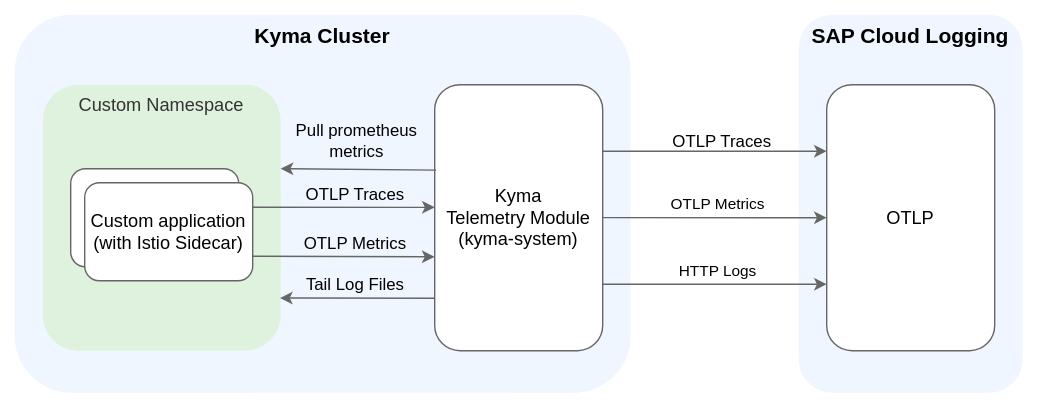
The draw.io diagram docs/user/integration/assets/sap-cloud-logging.drawio.svg in kyma-project/telemetry-manager, before a commit. Source tidied: cells renumbered, new cells last; positions are measured from the earlier drawing's top-left corner, leaving out a move shared by most shapes.
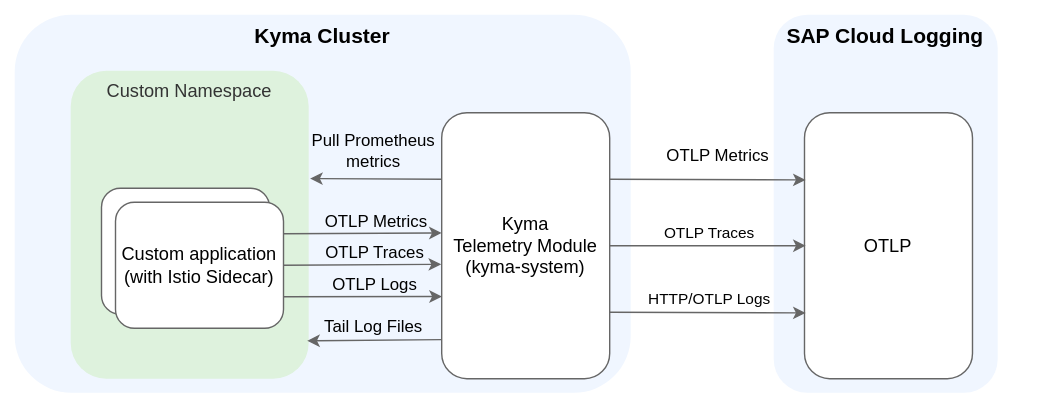
After the change.

Change to the diagram source:
```diff
@@ -8,87 +8,106 @@
     <mxCell id="3" value="&lt;b&gt;&lt;font style=&quot;font-size: 15px;&quot;&gt;Kyma Cluster&lt;br&gt;&lt;/font&gt;&lt;/b&gt;" style="rounded=1;whiteSpace=wrap;html=1;fillColor=#F0F6FF;strokeColor=none;verticalAlign=top;" parent="1" vertex="1">
       <mxGeometry x="10" y="10" width="440" height="270" as="geometry" />
     </mxCell>
+    <mxCell id="12" style="edgeStyle=orthogonalEdgeStyle;rounded=0;orthogonalLoop=1;jettySize=auto;html=1;exitX=0.5;exitY=1;exitDx=0;exitDy=0;" parent="1" edge="1">
+      <mxGeometry relative="1" as="geometry">
+        <mxPoint x="372" y="250" as="sourcePoint" />
+        <mxPoint x="372" y="250" as="targetPoint" />
+      </mxGeometry>
+    </mxCell>
+    <mxCell id="18" value="&lt;font style=&quot;font-size: 15px;&quot;&gt;&lt;b&gt;SAP Cloud Logging&lt;br&gt;&lt;/b&gt;&lt;/font&gt;" style="rounded=1;whiteSpace=wrap;html=1;fillColor=#F0F6FF;strokeColor=none;verticalAlign=top;" parent="1" vertex="1">
+      <mxGeometry x="552.1" y="10" width="160" height="270" as="geometry" />
+    </mxCell>
+    <mxCell id="19" value="&lt;span style=&quot;font-size: 13px;&quot;&gt;OTLP&lt;/span&gt;" style="rounded=1;whiteSpace=wrap;html=1;fillColor=#FFFFFF;strokeColor=#666666;" parent="1" vertex="1">
+      <mxGeometry x="574.1" y="80" width="120" height="190" as="geometry" />
+    </mxCell>
     <mxCell id="4" value="&lt;font style=&quot;font-size: 13px;&quot;&gt;Custom Namespace&lt;br&gt;&lt;/font&gt;" style="rounded=1;whiteSpace=wrap;html=1;fillColor=#DEF2DD;fontColor=#333333;strokeColor=none;verticalAlign=top;" parent="1" vertex="1">
-      <mxGeometry x="30" y="60" width="170" height="190" as="geometry" />
+      <mxGeometry x="50" y="50" width="170" height="220" as="geometry" />
     </mxCell>
     <mxCell id="5" value="&lt;font style=&quot;font-size: 13px;&quot;&gt;Kyma &lt;br&gt;Telemetry Module&lt;br style=&quot;border-color: var(--border-color);&quot;&gt;(kyma-system)&lt;/font&gt;" style="rounded=1;whiteSpace=wrap;html=1;fillColor=#FFFFFF;strokeColor=#666666;" parent="1" vertex="1">
-      <mxGeometry x="310" y="60" width="120" height="190" as="geometry" />
+      <mxGeometry x="315" y="80" width="120" height="190" as="geometry" />
     </mxCell>
-    <mxCell id="6" style="edgeStyle=none;rounded=1;jettySize=auto;html=1;exitX=1;exitY=0.25;exitDx=0;exitDy=0;strokeColor=#666666;entryX=0;entryY=0.461;entryDx=0;entryDy=0;entryPerimeter=0;" parent="1" edge="1" source="15" target="5">
-      <mxGeometry relative="1" as="geometry" />
-    </mxCell>
-    <mxCell id="7" value="OTLP Traces" style="edgeLabel;html=1;align=center;verticalAlign=middle;labelBackgroundColor=none;fontStyle=0;fontSize=12;" parent="6" vertex="1">
-      <mxGeometry x="-0.29" y="2" relative="1" as="geometry">
-        <mxPoint x="26" y="-7" as="offset" />
-      </mxGeometry>
-    </mxCell>
-    <mxCell id="8" style="edgeStyle=none;rounded=1;jettySize=auto;html=1;exitX=1;exitY=0.75;exitDx=0;exitDy=0;strokeColor=#666666;entryX=-0.001;entryY=0.647;entryDx=0;entryDy=0;entryPerimeter=0;" parent="1" edge="1" source="15" target="5">
-      <mxGeometry relative="1" as="geometry" />
-    </mxCell>
-    <mxCell id="9" value="OTLP Metrics" style="edgeLabel;html=1;align=center;verticalAlign=middle;fontSize=12;fontStyle=0;labelBackgroundColor=none;" parent="8" vertex="1">
-      <mxGeometry x="-0.1" y="2" relative="1" as="geometry">
-        <mxPoint x="14" y="-7" as="offset" />
-      </mxGeometry>
-    </mxCell>
-    <mxCell id="10" style="rounded=1;whiteSpace=wrap;html=1;fontSize=13;fontStyle=0;strokeColor=#666666;" parent="1" vertex="1">
-      <mxGeometry x="50" y="120" width="120" height="70" as="geometry" />
-    </mxCell>
-    <mxCell id="11" value="&lt;font style=&quot;font-size: 12px;&quot;&gt;OTLP Traces&lt;/font&gt;" style="edgeLabel;html=1;align=center;verticalAlign=middle;fontStyle=0;labelBackgroundColor=none;fontSize=12;" parent="1" vertex="1">
-      <mxGeometry x="527.9" y="87" as="geometry">
-        <mxPoint x="-13" y="13" as="offset" />
-      </mxGeometry>
-    </mxCell>
-    <mxCell id="12" style="edgeStyle=orthogonalEdgeStyle;rounded=0;orthogonalLoop=1;jettySize=auto;html=1;exitX=0.5;exitY=1;exitDx=0;exitDy=0;" parent="1" edge="1" source="5" target="5">
-      <mxGeometry relative="1" as="geometry" />
-    </mxCell>
-    <mxCell id="13" style="edgeStyle=none;rounded=1;jettySize=auto;html=1;exitX=-0.001;exitY=0.803;exitDx=0;exitDy=0;strokeColor=#666666;entryX=0.997;entryY=0.802;entryDx=0;entryDy=0;exitPerimeter=0;entryPerimeter=0;" parent="1" edge="1" source="5" target="4">
-      <mxGeometry relative="1" as="geometry" />
-    </mxCell>
+    <mxCell id="25" style="edgeStyle=none;rounded=1;jettySize=auto;html=1;exitX=1;exitY=0.25;exitDx=0;exitDy=0;strokeColor=#666666;entryX=0;entryY=0.452;entryDx=0;entryDy=0;entryPerimeter=0;" parent="1" edge="1" source="15" target="5">
+      <mxGeometry relative="1" as="geometry" />
+    </mxCell>
+    <mxCell id="26" value="OTLP Metrics" style="edgeLabel;html=1;align=center;verticalAlign=middle;labelBackgroundColor=none;fontStyle=0;fontSize=12;" parent="25" vertex="1">
+      <mxGeometry x="-0.29" y="2" relative="1" as="geometry">
+        <mxPoint x="26" y="-7" as="offset" />
+      </mxGeometry>
+    </mxCell>
+    <mxCell id="27" style="edgeStyle=none;rounded=1;jettySize=auto;html=1;exitX=1;exitY=0.5;exitDx=0;exitDy=0;strokeColor=#666666;entryX=-0.003;entryY=0.57;entryDx=0;entryDy=0;entryPerimeter=0;" parent="1" edge="1" source="15" target="5">
+      <mxGeometry relative="1" as="geometry" />
+    </mxCell>
+    <mxCell id="28" value="OTLP Traces" style="edgeLabel;html=1;align=center;verticalAlign=middle;fontSize=12;fontStyle=0;labelBackgroundColor=none;" parent="27" vertex="1">
+      <mxGeometry x="-0.1" y="2" relative="1" as="geometry">
+        <mxPoint x="14" y="-7" as="offset" />
+      </mxGeometry>
+    </mxCell>
+    <mxCell id="29" style="rounded=1;whiteSpace=wrap;html=1;fontSize=13;fontStyle=0;strokeColor=#666666;" parent="1" vertex="1">
+      <mxGeometry x="72" y="134" width="120" height="90" as="geometry" />
+    </mxCell>
+    <mxCell id="30" value="&lt;font style=&quot;font-size: 12px;&quot;&gt;OTLP Metrics&lt;/font&gt;" style="edgeLabel;html=1;align=center;verticalAlign=middle;fontStyle=0;labelBackgroundColor=none;fontSize=12;" parent="1" vertex="1">
+      <mxGeometry x="522" y="107" as="geometry">
+        <mxPoint x="-11" y="3" as="offset" />
+      </mxGeometry>
+    </mxCell>
+    <mxCell id="31" style="edgeStyle=orthogonalEdgeStyle;rounded=0;orthogonalLoop=1;jettySize=auto;html=1;exitX=0.5;exitY=1;exitDx=0;exitDy=0;" parent="1" edge="1" source="5" target="5">
+      <mxGeometry relative="1" as="geometry" />
+    </mxCell>
+    <mxCell id="32" style="edgeStyle=none;rounded=1;jettySize=auto;html=1;exitX=0;exitY=0.853;exitDx=0;exitDy=0;strokeColor=#666666;entryX=0.982;entryY=0.804;entryDx=0;entryDy=0;exitPerimeter=0;entryPerimeter=0;" parent="1" edge="1" source="5">
+      <mxGeometry relative="1" as="geometry">
+        <mxPoint x="218.9" y="243" as="targetPoint" />
+      </mxGeometry>
+    </mxCell>
-    <mxCell id="14" value="Tail Log Files" style="edgeLabel;html=1;align=center;verticalAlign=middle;fontSize=12;fontStyle=0;labelBackgroundColor=none;" parent="13" vertex="1">
+    <mxCell id="14" value="Tail Log Files" style="edgeLabel;html=1;align=center;verticalAlign=middle;fontSize=12;fontStyle=0;labelBackgroundColor=none;" parent="32" vertex="1">
       <mxGeometry x="-0.1" y="2" relative="1" as="geometry">
         <mxPoint x="-7" y="-12" as="offset" />
       </mxGeometry>
     </mxCell>
     <mxCell id="15" value="Custom application&lt;br&gt;(with Istio Sidecar)" style="rounded=1;whiteSpace=wrap;html=1;fontSize=13;fontStyle=0;strokeColor=#666666;" parent="1" vertex="1">
-      <mxGeometry x="60" y="130" width="120" height="70" as="geometry" />
+      <mxGeometry x="82" y="144" width="120" height="90" as="geometry" />
     </mxCell>
-    <mxCell id="16" style="edgeStyle=none;rounded=1;orthogonalLoop=1;jettySize=auto;html=1;exitX=-0.001;exitY=0.803;exitDx=0;exitDy=0;strokeColor=#666666;entryX=0.997;entryY=0.802;entryDx=0;entryDy=0;exitPerimeter=0;entryPerimeter=0;" parent="1" edge="1">
-      <mxGeometry relative="1" as="geometry">
-        <mxPoint x="311" y="121" as="sourcePoint" />
-        <mxPoint x="200" y="120" as="targetPoint" />
-      </mxGeometry>
-    </mxCell>
-    <mxCell id="17" value="Pull prometheus&lt;br&gt;metrics" style="edgeLabel;html=1;align=center;verticalAlign=middle;fontSize=12;fontStyle=0;labelBackgroundColor=none;" parent="16" vertex="1">
-      <mxGeometry x="-0.1" y="2" relative="1" as="geometry">
-        <mxPoint x="-7" y="-23" as="offset" />
-      </mxGeometry>
-    </mxCell>
-    <mxCell id="18" value="&lt;font style=&quot;font-size: 15px;&quot;&gt;&lt;b&gt;SAP Cloud Logging&lt;br&gt;&lt;/b&gt;&lt;/font&gt;" style="rounded=1;whiteSpace=wrap;html=1;fillColor=#F0F6FF;strokeColor=none;verticalAlign=top;" parent="1" vertex="1">
-      <mxGeometry x="570" y="10" width="160" height="270" as="geometry" />
-    </mxCell>
-    <mxCell id="19" value="&lt;span style=&quot;font-size: 13px;&quot;&gt;OTLP&lt;/span&gt;" style="rounded=1;whiteSpace=wrap;html=1;fillColor=#FFFFFF;strokeColor=#666666;" parent="1" vertex="1">
-      <mxGeometry x="590" y="60" width="120" height="190" as="geometry" />
-    </mxCell>
-    <mxCell id="20" style="edgeStyle=none;rounded=1;jettySize=auto;html=1;exitX=1;exitY=0.25;exitDx=0;exitDy=0;strokeColor=#666666;entryX=0;entryY=0.25;entryDx=0;entryDy=0;" parent="1" edge="1" source="5" target="19">
-      <mxGeometry relative="1" as="geometry" />
-    </mxCell>
-    <mxCell id="21" style="edgeStyle=none;rounded=1;jettySize=auto;html=1;exitX=1;exitY=0.305;exitDx=0;exitDy=0;entryX=0;entryY=0.5;entryDx=0;entryDy=0;strokeColor=#666666;exitPerimeter=0;" parent="1" edge="1" target="19">
-      <mxGeometry relative="1" as="geometry">
-        <mxPoint x="430" y="155" as="sourcePoint" />
-      </mxGeometry>
-    </mxCell>
-    <mxCell id="22" value="OTLP Metrics" style="edgeLabel;html=1;align=center;verticalAlign=middle;" parent="21" vertex="1">
-      <mxGeometry x="0.2" y="-2" relative="1" as="geometry">
-        <mxPoint x="-14" y="-12" as="offset" />
-      </mxGeometry>
-    </mxCell>
-    <mxCell id="23" style="edgeStyle=none;rounded=1;jettySize=auto;html=1;exitX=1;exitY=0.75;exitDx=0;exitDy=0;strokeColor=#666666;entryX=0;entryY=0.75;entryDx=0;entryDy=0;" parent="1" edge="1" source="5" target="19">
-      <mxGeometry relative="1" as="geometry" />
-    </mxCell>
-    <mxCell id="24" value="HTTP Logs" style="edgeLabel;html=1;align=center;verticalAlign=middle;" parent="23" vertex="1">
-      <mxGeometry x="0.14" y="1" relative="1" as="geometry">
-        <mxPoint x="-10" y="-9" as="offset" />
-      </mxGeometry>
-    </mxCell>
+    <mxCell id="33" style="edgeStyle=none;rounded=1;jettySize=auto;html=1;exitX=0;exitY=0.25;exitDx=0;exitDy=0;strokeColor=#666666;entryX=0.994;entryY=0.321;entryDx=0;entryDy=0;entryPerimeter=0;" parent="1" edge="1" source="5">
+      <mxGeometry relative="1" as="geometry">
+        <mxPoint x="221" y="127" as="targetPoint" />
+      </mxGeometry>
+    </mxCell>
+    <mxCell id="34" value="Pull Prometheus&lt;br&gt;metrics" style="edgeLabel;html=1;align=center;verticalAlign=middle;fontSize=12;fontStyle=0;labelBackgroundColor=none;" parent="33" vertex="1">
+      <mxGeometry x="-0.1" y="2" relative="1" as="geometry">
+        <mxPoint x="-7" y="-23" as="offset" />
+      </mxGeometry>
+    </mxCell>
+    <mxCell id="35" style="edgeStyle=none;rounded=1;jettySize=auto;html=1;exitX=1;exitY=0.25;exitDx=0;exitDy=0;strokeColor=#666666;entryX=0;entryY=0.25;entryDx=0;entryDy=0;" parent="1" edge="1" source="5">
+      <mxGeometry relative="1" as="geometry">
+        <mxPoint x="575" y="128" as="targetPoint" />
+      </mxGeometry>
+    </mxCell>
+    <mxCell id="36" style="edgeStyle=none;rounded=1;jettySize=auto;html=1;strokeColor=#666666;entryX=0;entryY=0.5;entryDx=0;entryDy=0;exitX=1;exitY=0.5;exitDx=0;exitDy=0;" parent="1" edge="1" source="5">
+      <mxGeometry relative="1" as="geometry">
+        <mxPoint x="575" y="175" as="targetPoint" />
+      </mxGeometry>
+    </mxCell>
+    <mxCell id="37" value="OTLP Traces" style="edgeLabel;html=1;align=center;verticalAlign=middle;labelBackgroundColor=none;" parent="36" vertex="1">
+      <mxGeometry x="0.2" y="-2" relative="1" as="geometry">
+        <mxPoint x="-14" y="-12" as="offset" />
+      </mxGeometry>
+    </mxCell>
+    <mxCell id="38" style="edgeStyle=none;rounded=1;jettySize=auto;html=1;exitX=1;exitY=0.75;exitDx=0;exitDy=0;strokeColor=#666666;entryX=0;entryY=0.75;entryDx=0;entryDy=0;" parent="1" edge="1" source="5">
+      <mxGeometry relative="1" as="geometry">
+        <mxPoint x="575" y="223" as="targetPoint" />
+      </mxGeometry>
+    </mxCell>
+    <mxCell id="39" value="HTTP/OTLP Logs" style="edgeLabel;html=1;align=center;verticalAlign=middle;labelBackgroundColor=none;" parent="38" vertex="1">
+      <mxGeometry x="0.14" y="1" relative="1" as="geometry">
+        <mxPoint x="-10" y="-9" as="offset" />
+      </mxGeometry>
+    </mxCell>
+    <mxCell id="40" style="edgeStyle=none;rounded=1;jettySize=auto;html=1;exitX=1;exitY=0.75;exitDx=0;exitDy=0;strokeColor=#666666;entryX=0.001;entryY=0.691;entryDx=0;entryDy=0;entryPerimeter=0;" parent="1" edge="1" source="15" target="5">
+      <mxGeometry relative="1" as="geometry" />
+    </mxCell>
+    <mxCell id="41" value="OTLP Logs" style="edgeLabel;html=1;align=center;verticalAlign=middle;fontSize=12;fontStyle=0;labelBackgroundColor=none;" parent="40" vertex="1">
+      <mxGeometry x="-0.1" y="2" relative="1" as="geometry">
+        <mxPoint x="14" y="-7" as="offset" />
+      </mxGeometry>
+    </mxCell>
   </root>
 </mxGraphModel>
```
